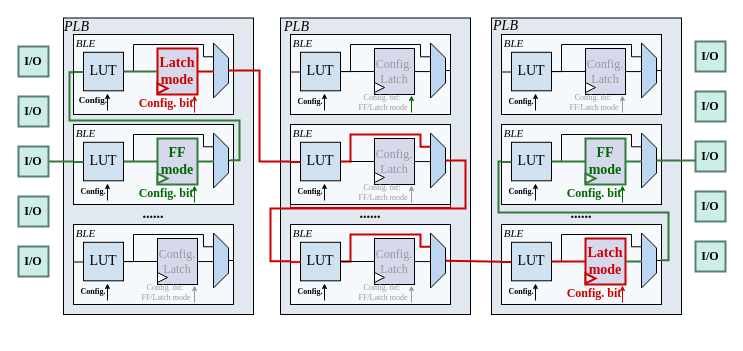
The draw.io diagram CriticalPath.drawio in kxzhu0505/TIRL, before the edit. Source tidied: cells renumbered, new cells numbered last; positions are measured from the earlier drawing's top-left corner, leaving out a move shared by most shapes. Both pictures are drawn from the tidied source at 100%, with x=0, y=0 at pixel (18, 18).
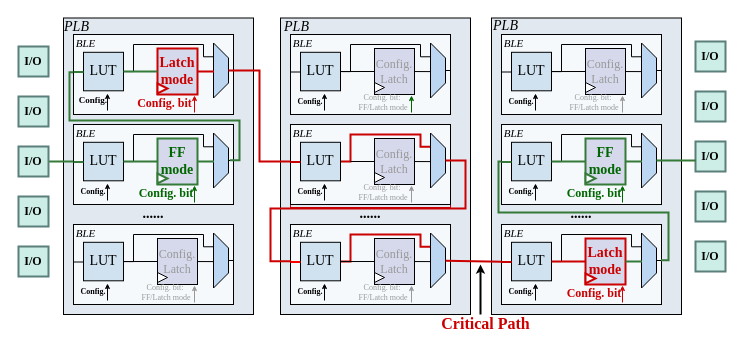
The same diagram, later.

The change refers to these unchanged cells:
```xml
<mxCell id="2" style="group;" parent="1" vertex="1">
  <mxGeometry x="55" y="16" width="180" height="280" as="geometry" />
</mxCell>
```

What changed in the source:
```diff
@@
     <mxCell id="13" value="&lt;div style=&quot;line-height: 80%;&quot;&gt;&lt;font face=&quot;Times New Roman&quot; style=&quot;line-height: 80%; color: rgb(204, 0, 0);&quot;&gt;&lt;b style=&quot;&quot;&gt;Config. bit&lt;/b&gt;&lt;/font&gt;&lt;/div&gt;" style="text;html=1;align=center;verticalAlign=middle;whiteSpace=wrap;rounded=0;" parent="2" vertex="1">
-      <mxGeometry x="53" y="54" width="80" height="30" as="geometry" />
+      <mxGeometry x="53" y="54" width="77" height="30" as="geometry" />
     </mxCell>
@@
     <mxCell id="104" style="group;" parent="1" vertex="1">
-      <mxGeometry x="483" y="16" width="180" height="280" as="geometry" />
+      <mxGeometry x="483" y="16" width="180" height="300" as="geometry" />
     </mxCell>
@@
+    <mxCell id="172" value="&lt;div style=&quot;line-height: 80%;&quot;&gt;&lt;font face=&quot;Times New Roman&quot; style=&quot;line-height: 80%; color: rgb(204, 0, 0); font-size: 16px;&quot;&gt;&lt;b style=&quot;&quot;&gt;Critical Path&lt;/b&gt;&lt;/font&gt;&lt;/div&gt;" style="text;html=1;align=center;verticalAlign=middle;whiteSpace=wrap;rounded=0;" parent="104" vertex="1">
+      <mxGeometry x="-61" y="280" width="91" height="20" as="geometry" />
+    </mxCell>
@@
+    <mxCell id="173" style="endArrow=classic;html=1;rounded=0;strokeColor=#000000;endSize=3;strokeWidth=2;" parent="1" edge="1">
+      <mxGeometry relative="1" as="geometry">
+        <mxPoint x="462" y="296" as="sourcePoint" />
+        <mxPoint x="462" y="246" as="targetPoint" />
+      </mxGeometry>
+    </mxCell>
```
